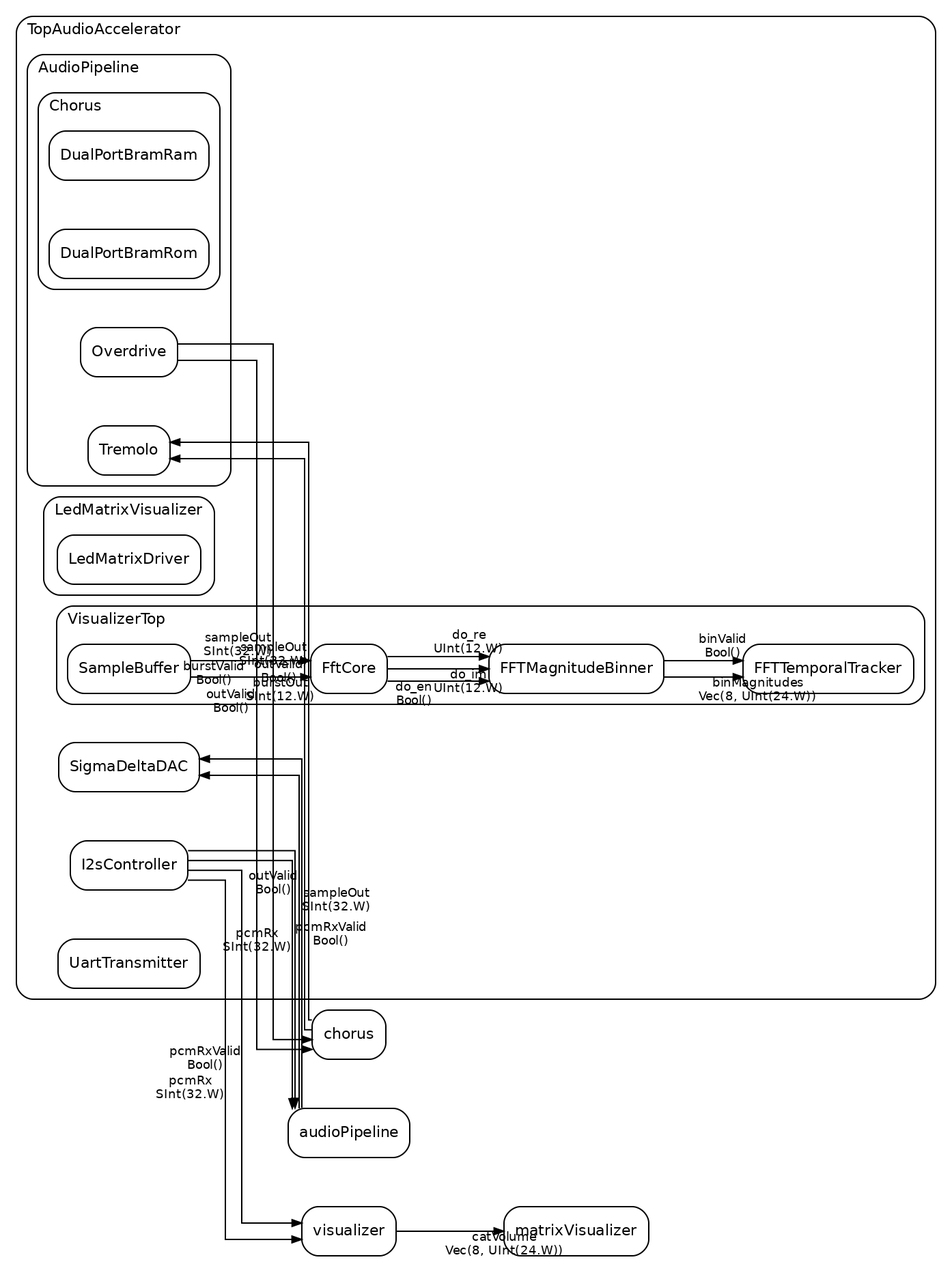
Before: diagrams/fpga-design.png, a diagram exported from Graphviz (mairup/fpga-accelerated-audio-player). Its source is kept beside it as diagrams/fpga-design.dot. The source it was exported from:
```dot
digraph FPGA {
  rankdir=LR;
  graph [splines=ortho, bgcolor=transparent, nodesep=0.5, ranksep=0.8, fontname=Helvetica];
  node [shape=box, style="filled,rounded", fillcolor=white, color=black, fontname=Helvetica, fontsize=11, penwidth=1];
  edge [color=black, fontname=Helvetica, fontsize=9, arrowsize=0.7];

  subgraph cluster_TopAudioAccelerator {
    label="TopAudioAccelerator"; labeljust=l;
    style="filled,rounded"; fillcolor=white; color=black;
    fontname=Helvetica; fontsize=11;
    subgraph cluster_audioPipeline {
      label="AudioPipeline"; labeljust=l;
      style="filled,rounded"; fillcolor=white; color=black;
      fontname=Helvetica; fontsize=11;
      subgraph cluster_chorus {
        label="Chorus"; labeljust=l;
        style="filled,rounded"; fillcolor=white; color=black;
        fontname=Helvetica; fontsize=11;
        delayBufferRam [label="DualPortBramRam"];
        sineTableRom [label="DualPortBramRom"];
      }
      overdrive [label="Overdrive"];
      tremolo [label="Tremolo"];
    }
    dac [label="SigmaDeltaDAC"];
    i2sController [label="I2sController"];
    subgraph cluster_matrixVisualizer {
      label="LedMatrixVisualizer"; labeljust=l;
      style="filled,rounded"; fillcolor=white; color=black;
      fontname=Helvetica; fontsize=11;
      driver [label="LedMatrixDriver"];
    }
    uartTransmitter [label="UartTransmitter"];
    subgraph cluster_visualizer {
      label="VisualizerTop"; labeljust=l;
      style="filled,rounded"; fillcolor=white; color=black;
      fontname=Helvetica; fontsize=11;
      binner [label="FFTMagnitudeBinner"];
      buffer [label="SampleBuffer"];
      fft [label="FftCore"];
      tracker [label="FFTTemporalTracker"];
    }
  }

  audioPipeline -> dac [xlabel="outValid\nBool()"];
  audioPipeline -> dac [xlabel="sampleOut\nSInt(32.W)"];
  binner -> tracker [xlabel="binMagnitudes\nVec(8, UInt(24.W))"];
  binner -> tracker [xlabel="binValid\nBool()"];
  buffer -> fft [xlabel="burstOut\nSInt(12.W)"];
  buffer -> fft [xlabel="burstValid\nBool()"];
  chorus -> tremolo [xlabel="outValid\nBool()"];
  chorus -> tremolo [xlabel="sampleOut\nSInt(32.W)"];
  fft -> binner [xlabel="do_en\nBool()"];
  fft -> binner [xlabel="do_im\nUInt(12.W)"];
  fft -> binner [xlabel="do_re\nUInt(12.W)"];
  i2sController -> audioPipeline [xlabel="pcmRx\nSInt(32.W)"];
  i2sController -> visualizer [xlabel="pcmRx\nSInt(32.W)"];
  i2sController -> audioPipeline [xlabel="pcmRxValid\nBool()"];
  i2sController -> visualizer [xlabel="pcmRxValid\nBool()"];
  overdrive -> chorus [xlabel="outValid\nBool()"];
  overdrive -> chorus [xlabel="sampleOut\nSInt(32.W)"];
  visualizer -> matrixVisualizer [xlabel="catVolume\nVec(8, UInt(24.W))"];
}
```
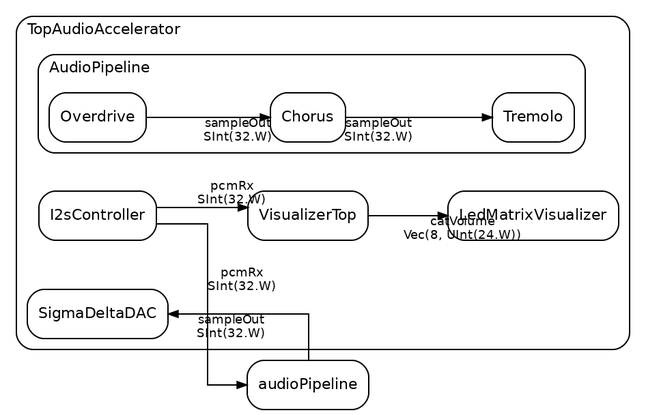
The same file after the commit.

Commit message:
diagrams: minimal audio-data flow only

Diff of the diagram source:
```diff
@@ -12,52 +12,20 @@
       label="AudioPipeline"; labeljust=l;
       style="filled,rounded"; fillcolor=white; color=black;
       fontname=Helvetica; fontsize=11;
-      subgraph cluster_chorus {
-        label="Chorus"; labeljust=l;
-        style="filled,rounded"; fillcolor=white; color=black;
-        fontname=Helvetica; fontsize=11;
-        delayBufferRam [label="DualPortBramRam"];
-        sineTableRom [label="DualPortBramRom"];
-      }
+      chorus [label="Chorus"];
       overdrive [label="Overdrive"];
       tremolo [label="Tremolo"];
     }
     dac [label="SigmaDeltaDAC"];
     i2sController [label="I2sController"];
-    subgraph cluster_matrixVisualizer {
-      label="LedMatrixVisualizer"; labeljust=l;
-      style="filled,rounded"; fillcolor=white; color=black;
-      fontname=Helvetica; fontsize=11;
-      driver [label="LedMatrixDriver"];
-    }
-    uartTransmitter [label="UartTransmitter"];
-    subgraph cluster_visualizer {
-      label="VisualizerTop"; labeljust=l;
-      style="filled,rounded"; fillcolor=white; color=black;
-      fontname=Helvetica; fontsize=11;
-      binner [label="FFTMagnitudeBinner"];
-      buffer [label="SampleBuffer"];
-      fft [label="FftCore"];
-      tracker [label="FFTTemporalTracker"];
-    }
+    matrixVisualizer [label="LedMatrixVisualizer"];
+    visualizer [label="VisualizerTop"];
   }
 
-  audioPipeline -> dac [xlabel="outValid\nBool()"];
   audioPipeline -> dac [xlabel="sampleOut\nSInt(32.W)"];
-  binner -> tracker [xlabel="binMagnitudes\nVec(8, UInt(24.W))"];
-  binner -> tracker [xlabel="binValid\nBool()"];
-  buffer -> fft [xlabel="burstOut\nSInt(12.W)"];
-  buffer -> fft [xlabel="burstValid\nBool()"];
-  chorus -> tremolo [xlabel="outValid\nBool()"];
   chorus -> tremolo [xlabel="sampleOut\nSInt(32.W)"];
-  fft -> binner [xlabel="do_en\nBool()"];
-  fft -> binner [xlabel="do_im\nUInt(12.W)"];
-  fft -> binner [xlabel="do_re\nUInt(12.W)"];
   i2sController -> audioPipeline [xlabel="pcmRx\nSInt(32.W)"];
   i2sController -> visualizer [xlabel="pcmRx\nSInt(32.W)"];
-  i2sController -> audioPipeline [xlabel="pcmRxValid\nBool()"];
-  i2sController -> visualizer [xlabel="pcmRxValid\nBool()"];
-  overdrive -> chorus [xlabel="outValid\nBool()"];
   overdrive -> chorus [xlabel="sampleOut\nSInt(32.W)"];
   visualizer -> matrixVisualizer [xlabel="catVolume\nVec(8, UInt(24.W))"];
 }
```
